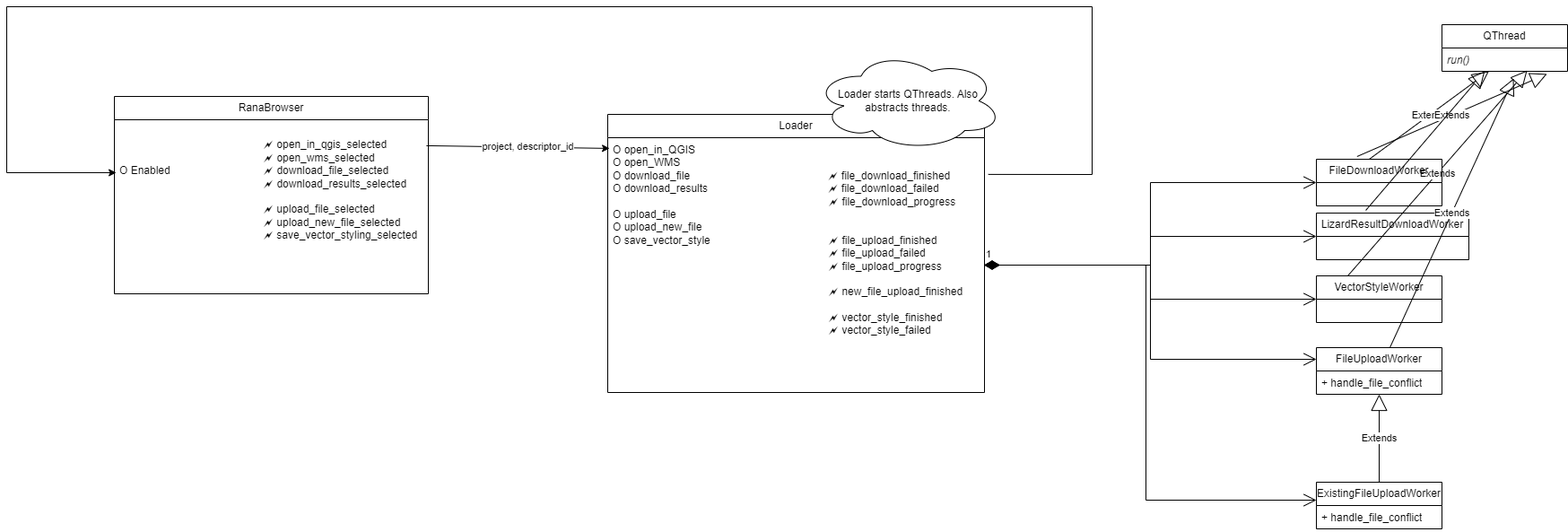
The draw.io diagram doc/rana_plugin.drawio.png in nens/rana-qgis-plugin, before a commit. Source tidied: cells renumbered, new cells last; positions are measured from the earlier drawing's top-left corner, leaving out a move shared by most shapes.
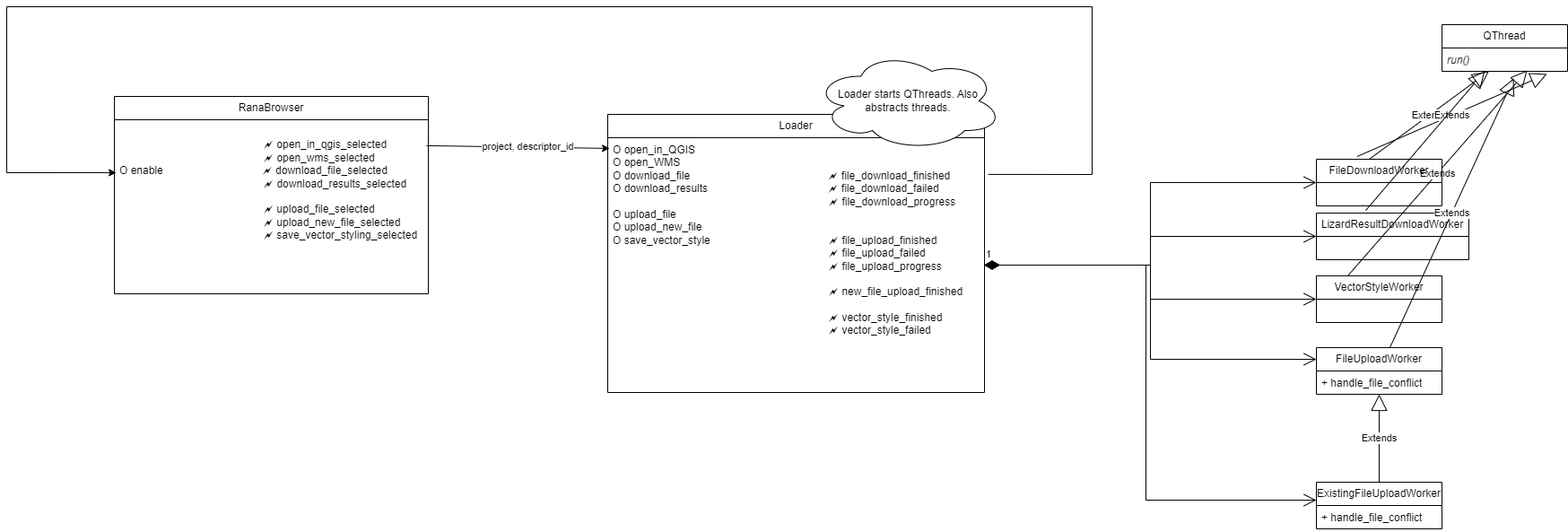
The same file after the commit.

The edit, as a diff of the source:
```diff
@@ -5,7 +5,7 @@
     <mxCell id="2" value="RanaBrowser" style="swimlane;fontStyle=0;horizontal=1;startSize=26;fillColor=none;whiteSpace=wrap;html=1;" parent="1" vertex="1">
       <mxGeometry x="120" y="100" width="350" height="220" as="geometry" />
     </mxCell>
-    <mxCell id="3" value="&amp;nbsp; &amp;nbsp; &amp;nbsp; &amp;nbsp; &amp;nbsp; &amp;nbsp; &amp;nbsp; &amp;nbsp; &amp;nbsp; &amp;nbsp; &amp;nbsp; &amp;nbsp; &amp;nbsp; &amp;nbsp; &amp;nbsp; &amp;nbsp; &amp;nbsp; &amp;nbsp;&lt;span style=&quot;&quot;&gt;&lt;span style=&quot;&quot;&gt;&lt;span style=&quot;&quot;&gt;&amp;nbsp; &lt;span style=&quot;&quot;&gt;&lt;span style=&quot;&quot;&gt;&amp;nbsp;&amp;nbsp;&amp;nbsp;&amp;nbsp;&lt;/span&gt;&lt;span style=&quot;&quot;&gt;&lt;span style=&quot;&quot;&gt;&amp;nbsp;&amp;nbsp;&amp;nbsp;&amp;nbsp;&lt;/span&gt;&lt;/span&gt;&lt;span style=&quot;&quot;&gt;&lt;span style=&quot;&quot;&gt;&amp;nbsp;&amp;nbsp;&amp;nbsp;&amp;nbsp;&lt;/span&gt;&lt;/span&gt;&lt;span style=&quot;&quot;&gt;&lt;span style=&quot;&quot;&gt;&amp;nbsp;&amp;nbsp;&amp;nbsp;&amp;nbsp;&lt;/span&gt;&lt;/span&gt;&lt;span style=&quot;&quot;&gt;&lt;span style=&quot;&quot;&gt;&amp;nbsp;&amp;nbsp;&amp;nbsp;&amp;nbsp;&lt;/span&gt;&lt;/span&gt;&lt;span style=&quot;&quot;&gt;&lt;span style=&quot;&quot;&gt;&amp;nbsp;&amp;nbsp;&amp;nbsp;&amp;nbsp;&lt;span style=&quot;white-space: pre;&quot;&gt;&#9;&lt;/span&gt;&lt;span style=&quot;white-space: pre;&quot;&gt;&#9;&lt;/span&gt;&lt;span style=&quot;white-space: pre;&quot;&gt;&#9;&lt;/span&gt;&lt;/span&gt;&lt;/span&gt;&lt;/span&gt;&lt;/span&gt;&lt;/span&gt;&lt;/span&gt;🗲&amp;nbsp;open_in_qgis_selected&lt;br&gt;&lt;span style=&quot;&quot;&gt;&lt;span style=&quot;&quot;&gt;&amp;nbsp;&amp;nbsp;&amp;nbsp;&amp;nbsp;&lt;/span&gt;&lt;/span&gt;&amp;nbsp; &amp;nbsp; &amp;nbsp; &amp;nbsp; &amp;nbsp; &amp;nbsp; &amp;nbsp; &amp;nbsp; &amp;nbsp; &amp;nbsp; &amp;nbsp; &amp;nbsp; &amp;nbsp; &amp;nbsp; &amp;nbsp; &amp;nbsp; &amp;nbsp; &amp;nbsp; &amp;nbsp; &amp;nbsp; &amp;nbsp; &lt;span style=&quot;&quot;&gt;&lt;span style=&quot;&quot;&gt;&amp;nbsp; &lt;/span&gt;&lt;/span&gt;🗲&amp;nbsp;open_wms_selected&lt;br&gt;O Enabled&amp;nbsp; &amp;nbsp; &amp;nbsp; &amp;nbsp; &amp;nbsp; &amp;nbsp; &amp;nbsp; &amp;nbsp; &amp;nbsp; &amp;nbsp; &amp;nbsp; &amp;nbsp; &amp;nbsp; &amp;nbsp; &amp;nbsp;&lt;span style=&quot;&quot;&gt;&lt;span style=&quot;&quot;&gt;&amp;nbsp; &lt;/span&gt;&lt;/span&gt;🗲 download_file_selected&lt;br&gt;&amp;nbsp; &amp;nbsp; &amp;nbsp; &amp;nbsp; &amp;nbsp; &amp;nbsp; &amp;nbsp; &amp;nbsp; &amp;nbsp; &amp;nbsp; &amp;nbsp; &amp;nbsp; &amp;nbsp; &amp;nbsp; &amp;nbsp; &amp;nbsp; &amp;nbsp; &amp;nbsp; &amp;nbsp; &amp;nbsp; &amp;nbsp; &amp;nbsp; &amp;nbsp; &lt;span style=&quot;&quot;&gt;&lt;span style=&quot;&quot;&gt;&amp;nbsp; &lt;/span&gt;&lt;/span&gt;🗲 download_results_selected&lt;br&gt;&lt;br&gt;&amp;nbsp; &amp;nbsp; &amp;nbsp; &amp;nbsp; &amp;nbsp; &amp;nbsp; &amp;nbsp; &amp;nbsp; &amp;nbsp; &amp;nbsp; &amp;nbsp; &amp;nbsp; &amp;nbsp; &lt;span style=&quot;&quot;&gt;&lt;span style=&quot;&quot;&gt;&amp;nbsp;&amp;nbsp;&amp;nbsp;&amp;nbsp;&lt;/span&gt;&lt;/span&gt;&lt;span style=&quot;&quot;&gt;&lt;span style=&quot;&quot;&gt;&amp;nbsp;&amp;nbsp;&amp;nbsp;&amp;nbsp;&lt;/span&gt;&lt;span style=&quot;&quot;&gt;&lt;span style=&quot;&quot;&gt;&amp;nbsp;&amp;nbsp;&amp;nbsp;&amp;nbsp;&lt;span style=&quot;&quot;&gt;&lt;span style=&quot;&quot;&gt;&amp;nbsp;&amp;nbsp;&amp;nbsp;&amp;nbsp;&lt;/span&gt;&lt;/span&gt;&lt;span style=&quot;&quot;&gt;&lt;span style=&quot;&quot;&gt;&amp;nbsp;&amp;nbsp;&amp;nbsp;&amp;nbsp;&lt;span style=&quot;white-space: pre;&quot;&gt;&#9;&lt;/span&gt;&lt;/span&gt;&lt;/span&gt;&lt;/span&gt;&lt;/span&gt;&lt;/span&gt;🗲 upload_file_selected&lt;span style=&quot;&quot;&gt;&lt;br&gt;&lt;/span&gt;&lt;span style=&quot;&quot;&gt;&lt;span style=&quot;&quot;&gt;&amp;nbsp;&amp;nbsp;&amp;nbsp;&amp;nbsp;&lt;/span&gt;&lt;/span&gt;&lt;span style=&quot;&quot;&gt;&lt;span style=&quot;&quot;&gt;&amp;nbsp;&amp;nbsp;&amp;nbsp;&amp;nbsp;&lt;/span&gt;&lt;/span&gt;&lt;span style=&quot;&quot;&gt;&lt;span style=&quot;&quot;&gt;&amp;nbsp;&amp;nbsp;&amp;nbsp;&amp;nbsp;&lt;/span&gt;&lt;/span&gt;&lt;span style=&quot;&quot;&gt;&lt;span style=&quot;&quot;&gt;&amp;nbsp;&amp;nbsp;&amp;nbsp;&amp;nbsp;&lt;/span&gt;&lt;/span&gt;&lt;span style=&quot;&quot;&gt;&lt;span style=&quot;&quot;&gt;&amp;nbsp;&amp;nbsp;&amp;nbsp;&amp;nbsp;&lt;span style=&quot;&quot;&gt;&lt;span style=&quot;&quot;&gt;&amp;nbsp;&amp;nbsp;&amp;nbsp;&amp;nbsp;&lt;/span&gt;&lt;/span&gt;&lt;span style=&quot;&quot;&gt;&lt;span style=&quot;&quot;&gt;&amp;nbsp;&amp;nbsp;&amp;nbsp;&amp;nbsp;&lt;/span&gt;&lt;/span&gt;&lt;span style=&quot;&quot;&gt;&lt;span style=&quot;&quot;&gt;&amp;nbsp;&amp;nbsp;&amp;nbsp;&amp;nbsp;&lt;/span&gt;&lt;/span&gt;&lt;span style=&quot;&quot;&gt;&lt;span style=&quot;&quot;&gt;&amp;nbsp;&amp;nbsp;&amp;nbsp;&amp;nbsp;&lt;span style=&quot;white-space: pre;&quot;&gt;&#9;&lt;/span&gt;&lt;span style=&quot;white-space: pre;&quot;&gt;&#9;&lt;/span&gt;&lt;/span&gt;&lt;/span&gt;&lt;/span&gt;&lt;/span&gt;🗲 upload_new_file_selected&lt;br&gt;&lt;span style=&quot;&quot;&gt;&lt;span style=&quot;&quot;&gt;&amp;nbsp;&amp;nbsp;&amp;nbsp;&amp;nbsp;&lt;/span&gt;&lt;/span&gt;&lt;span style=&quot;&quot;&gt;&lt;span style=&quot;&quot;&gt;&amp;nbsp;&amp;nbsp;&amp;nbsp;&amp;nbsp;&lt;/span&gt;&lt;/span&gt;&lt;span style=&quot;&quot;&gt;&lt;span style=&quot;&quot;&gt;&amp;nbsp;&amp;nbsp;&amp;nbsp;&amp;nbsp;&lt;/span&gt;&lt;/span&gt;&lt;span style=&quot;&quot;&gt;&lt;span style=&quot;&quot;&gt;&amp;nbsp;&amp;nbsp;&amp;nbsp;&amp;nbsp;&lt;span style=&quot;&quot;&gt;&lt;span style=&quot;&quot;&gt;&amp;nbsp;&amp;nbsp;&amp;nbsp;&amp;nbsp;&lt;/span&gt;&lt;/span&gt;&lt;span style=&quot;&quot;&gt;&lt;span style=&quot;&quot;&gt;&amp;nbsp;&amp;nbsp;&amp;nbsp;&amp;nbsp;&lt;/span&gt;&lt;/span&gt;&lt;span style=&quot;&quot;&gt;&lt;span style=&quot;&quot;&gt;&amp;nbsp;&amp;nbsp;&amp;nbsp;&amp;nbsp;&lt;/span&gt;&lt;/span&gt;&lt;span style=&quot;&quot;&gt;&lt;span style=&quot;&quot;&gt;&amp;nbsp;&amp;nbsp;&amp;nbsp;&amp;nbsp;&lt;span style=&quot;white-space: pre;&quot;&gt;&#9;&lt;/span&gt;&lt;span style=&quot;white-space: pre;&quot;&gt;&#9;&lt;/span&gt;&lt;/span&gt;&lt;/span&gt;&lt;/span&gt;&lt;/span&gt;🗲 save_vector_styling_selected&lt;br&gt;&lt;br&gt;&lt;span style=&quot;&quot;&gt;&lt;span style=&quot;&quot;&gt;&amp;nbsp;&amp;nbsp;&amp;nbsp;&amp;nbsp;&lt;/span&gt;&lt;/span&gt;&lt;br&gt;&amp;nbsp; &amp;nbsp; &amp;nbsp; &amp;nbsp; &amp;nbsp; &amp;nbsp; &amp;nbsp; &amp;nbsp; &amp;nbsp; &amp;nbsp; &amp;nbsp; &amp;nbsp; &amp;nbsp; &amp;nbsp; &amp;nbsp;" style="text;strokeColor=none;fillColor=none;align=left;verticalAlign=top;spacingLeft=4;spacingRight=4;overflow=hidden;points=[[0,0.5],[1,0.5]];portConstraint=eastwest;whiteSpace=wrap;html=1;" parent="2" vertex="1">
+    <mxCell id="3" value="&amp;nbsp; &amp;nbsp; &amp;nbsp; &amp;nbsp; &amp;nbsp; &amp;nbsp; &amp;nbsp; &amp;nbsp; &amp;nbsp; &amp;nbsp; &amp;nbsp; &amp;nbsp; &amp;nbsp; &amp;nbsp; &amp;nbsp; &amp;nbsp; &amp;nbsp; &amp;nbsp;&lt;span style=&quot;&quot;&gt;&lt;span style=&quot;&quot;&gt;&lt;span style=&quot;&quot;&gt;&amp;nbsp; &lt;span style=&quot;&quot;&gt;&lt;span style=&quot;&quot;&gt;&amp;nbsp;&amp;nbsp;&amp;nbsp;&amp;nbsp;&lt;/span&gt;&lt;span style=&quot;&quot;&gt;&lt;span style=&quot;&quot;&gt;&amp;nbsp;&amp;nbsp;&amp;nbsp;&amp;nbsp;&lt;/span&gt;&lt;/span&gt;&lt;span style=&quot;&quot;&gt;&lt;span style=&quot;&quot;&gt;&amp;nbsp;&amp;nbsp;&amp;nbsp;&amp;nbsp;&lt;/span&gt;&lt;/span&gt;&lt;span style=&quot;&quot;&gt;&lt;span style=&quot;&quot;&gt;&amp;nbsp;&amp;nbsp;&amp;nbsp;&amp;nbsp;&lt;/span&gt;&lt;/span&gt;&lt;span style=&quot;&quot;&gt;&lt;span style=&quot;&quot;&gt;&amp;nbsp;&amp;nbsp;&amp;nbsp;&amp;nbsp;&lt;/span&gt;&lt;/span&gt;&lt;span style=&quot;&quot;&gt;&lt;span style=&quot;&quot;&gt;&amp;nbsp;&amp;nbsp;&amp;nbsp;&amp;nbsp;&lt;span style=&quot;white-space: pre;&quot;&gt;&#9;&lt;/span&gt;&lt;span style=&quot;white-space: pre;&quot;&gt;&#9;&lt;/span&gt;&lt;span style=&quot;white-space: pre;&quot;&gt;&#9;&lt;/span&gt;&lt;/span&gt;&lt;/span&gt;&lt;/span&gt;&lt;/span&gt;&lt;/span&gt;&lt;/span&gt;🗲&amp;nbsp;open_in_qgis_selected&lt;br&gt;&lt;span style=&quot;&quot;&gt;&lt;span style=&quot;&quot;&gt;&amp;nbsp;&amp;nbsp;&amp;nbsp;&amp;nbsp;&lt;/span&gt;&lt;/span&gt;&amp;nbsp; &amp;nbsp; &amp;nbsp; &amp;nbsp; &amp;nbsp; &amp;nbsp; &amp;nbsp; &amp;nbsp; &amp;nbsp; &amp;nbsp; &amp;nbsp; &amp;nbsp; &amp;nbsp; &amp;nbsp; &amp;nbsp; &amp;nbsp; &amp;nbsp; &amp;nbsp; &amp;nbsp; &amp;nbsp; &amp;nbsp; &lt;span style=&quot;&quot;&gt;&lt;span style=&quot;&quot;&gt;&amp;nbsp; &lt;/span&gt;&lt;/span&gt;🗲&amp;nbsp;open_wms_selected&lt;br&gt;O enable&amp;nbsp; &amp;nbsp; &amp;nbsp; &amp;nbsp; &amp;nbsp; &amp;nbsp; &amp;nbsp; &amp;nbsp; &amp;nbsp; &amp;nbsp; &amp;nbsp; &amp;nbsp; &amp;nbsp; &amp;nbsp; &amp;nbsp;&lt;span style=&quot;&quot;&gt;&lt;span style=&quot;&quot;&gt;&amp;nbsp; &amp;nbsp;&amp;nbsp;&lt;/span&gt;&lt;/span&gt;🗲 download_file_selected&lt;br&gt;&amp;nbsp; &amp;nbsp; &amp;nbsp; &amp;nbsp; &amp;nbsp; &amp;nbsp; &amp;nbsp; &amp;nbsp; &amp;nbsp; &amp;nbsp; &amp;nbsp; &amp;nbsp; &amp;nbsp; &amp;nbsp; &amp;nbsp; &amp;nbsp; &amp;nbsp; &amp;nbsp; &amp;nbsp; &amp;nbsp; &amp;nbsp; &amp;nbsp; &amp;nbsp; &lt;span style=&quot;&quot;&gt;&lt;span style=&quot;&quot;&gt;&amp;nbsp; &lt;/span&gt;&lt;/span&gt;🗲 download_results_selected&lt;br&gt;&lt;br&gt;&amp;nbsp; &amp;nbsp; &amp;nbsp; &amp;nbsp; &amp;nbsp; &amp;nbsp; &amp;nbsp; &amp;nbsp; &amp;nbsp; &amp;nbsp; &amp;nbsp; &amp;nbsp; &amp;nbsp; &lt;span style=&quot;&quot;&gt;&lt;span style=&quot;&quot;&gt;&amp;nbsp;&amp;nbsp;&amp;nbsp;&amp;nbsp;&lt;/span&gt;&lt;/span&gt;&lt;span style=&quot;&quot;&gt;&lt;span style=&quot;&quot;&gt;&amp;nbsp;&amp;nbsp;&amp;nbsp;&amp;nbsp;&lt;/span&gt;&lt;span style=&quot;&quot;&gt;&lt;span style=&quot;&quot;&gt;&amp;nbsp;&amp;nbsp;&amp;nbsp;&amp;nbsp;&lt;span style=&quot;&quot;&gt;&lt;span style=&quot;&quot;&gt;&amp;nbsp;&amp;nbsp;&amp;nbsp;&amp;nbsp;&lt;/span&gt;&lt;/span&gt;&lt;span style=&quot;&quot;&gt;&lt;span style=&quot;&quot;&gt;&amp;nbsp;&amp;nbsp;&amp;nbsp;&amp;nbsp;&lt;span style=&quot;white-space: pre;&quot;&gt;&#9;&lt;/span&gt;&lt;/span&gt;&lt;/span&gt;&lt;/span&gt;&lt;/span&gt;&lt;/span&gt;🗲 upload_file_selected&lt;span style=&quot;&quot;&gt;&lt;br&gt;&lt;/span&gt;&lt;span style=&quot;&quot;&gt;&lt;span style=&quot;&quot;&gt;&amp;nbsp;&amp;nbsp;&amp;nbsp;&amp;nbsp;&lt;/span&gt;&lt;/span&gt;&lt;span style=&quot;&quot;&gt;&lt;span style=&quot;&quot;&gt;&amp;nbsp;&amp;nbsp;&amp;nbsp;&amp;nbsp;&lt;/span&gt;&lt;/span&gt;&lt;span style=&quot;&quot;&gt;&lt;span style=&quot;&quot;&gt;&amp;nbsp;&amp;nbsp;&amp;nbsp;&amp;nbsp;&lt;/span&gt;&lt;/span&gt;&lt;span style=&quot;&quot;&gt;&lt;span style=&quot;&quot;&gt;&amp;nbsp;&amp;nbsp;&amp;nbsp;&amp;nbsp;&lt;/span&gt;&lt;/span&gt;&lt;span style=&quot;&quot;&gt;&lt;span style=&quot;&quot;&gt;&amp;nbsp;&amp;nbsp;&amp;nbsp;&amp;nbsp;&lt;span style=&quot;&quot;&gt;&lt;span style=&quot;&quot;&gt;&amp;nbsp;&amp;nbsp;&amp;nbsp;&amp;nbsp;&lt;/span&gt;&lt;/span&gt;&lt;span style=&quot;&quot;&gt;&lt;span style=&quot;&quot;&gt;&amp;nbsp;&amp;nbsp;&amp;nbsp;&amp;nbsp;&lt;/span&gt;&lt;/span&gt;&lt;span style=&quot;&quot;&gt;&lt;span style=&quot;&quot;&gt;&amp;nbsp;&amp;nbsp;&amp;nbsp;&amp;nbsp;&lt;/span&gt;&lt;/span&gt;&lt;span style=&quot;&quot;&gt;&lt;span style=&quot;&quot;&gt;&amp;nbsp;&amp;nbsp;&amp;nbsp;&amp;nbsp;&lt;span style=&quot;white-space: pre;&quot;&gt;&#9;&lt;/span&gt;&lt;span style=&quot;white-space: pre;&quot;&gt;&#9;&lt;/span&gt;&lt;/span&gt;&lt;/span&gt;&lt;/span&gt;&lt;/span&gt;🗲 upload_new_file_selected&lt;br&gt;&lt;span style=&quot;&quot;&gt;&lt;span style=&quot;&quot;&gt;&amp;nbsp;&amp;nbsp;&amp;nbsp;&amp;nbsp;&lt;/span&gt;&lt;/span&gt;&lt;span style=&quot;&quot;&gt;&lt;span style=&quot;&quot;&gt;&amp;nbsp;&amp;nbsp;&amp;nbsp;&amp;nbsp;&lt;/span&gt;&lt;/span&gt;&lt;span style=&quot;&quot;&gt;&lt;span style=&quot;&quot;&gt;&amp;nbsp;&amp;nbsp;&amp;nbsp;&amp;nbsp;&lt;/span&gt;&lt;/span&gt;&lt;span style=&quot;&quot;&gt;&lt;span style=&quot;&quot;&gt;&amp;nbsp;&amp;nbsp;&amp;nbsp;&amp;nbsp;&lt;span style=&quot;&quot;&gt;&lt;span style=&quot;&quot;&gt;&amp;nbsp;&amp;nbsp;&amp;nbsp;&amp;nbsp;&lt;/span&gt;&lt;/span&gt;&lt;span style=&quot;&quot;&gt;&lt;span style=&quot;&quot;&gt;&amp;nbsp;&amp;nbsp;&amp;nbsp;&amp;nbsp;&lt;/span&gt;&lt;/span&gt;&lt;span style=&quot;&quot;&gt;&lt;span style=&quot;&quot;&gt;&amp;nbsp;&amp;nbsp;&amp;nbsp;&amp;nbsp;&lt;/span&gt;&lt;/span&gt;&lt;span style=&quot;&quot;&gt;&lt;span style=&quot;&quot;&gt;&amp;nbsp;&amp;nbsp;&amp;nbsp;&amp;nbsp;&lt;span style=&quot;white-space: pre;&quot;&gt;&#9;&lt;/span&gt;&lt;span style=&quot;white-space: pre;&quot;&gt;&#9;&lt;/span&gt;&lt;/span&gt;&lt;/span&gt;&lt;/span&gt;&lt;/span&gt;🗲 save_vector_styling_selected&lt;br&gt;&lt;br&gt;&lt;span style=&quot;&quot;&gt;&lt;span style=&quot;&quot;&gt;&amp;nbsp;&amp;nbsp;&amp;nbsp;&amp;nbsp;&lt;/span&gt;&lt;/span&gt;&lt;br&gt;&amp;nbsp; &amp;nbsp; &amp;nbsp; &amp;nbsp; &amp;nbsp; &amp;nbsp; &amp;nbsp; &amp;nbsp; &amp;nbsp; &amp;nbsp; &amp;nbsp; &amp;nbsp; &amp;nbsp; &amp;nbsp; &amp;nbsp;" style="text;strokeColor=none;fillColor=none;align=left;verticalAlign=top;spacingLeft=4;spacingRight=4;overflow=hidden;points=[[0,0.5],[1,0.5]];portConstraint=eastwest;whiteSpace=wrap;html=1;" parent="2" vertex="1">
       <mxGeometry y="26" width="350" height="194" as="geometry" />
     </mxCell>
     <mxCell id="4" value="Loader" style="swimlane;fontStyle=0;horizontal=1;startSize=26;fillColor=none;whiteSpace=wrap;html=1;" parent="1" vertex="1">
```
